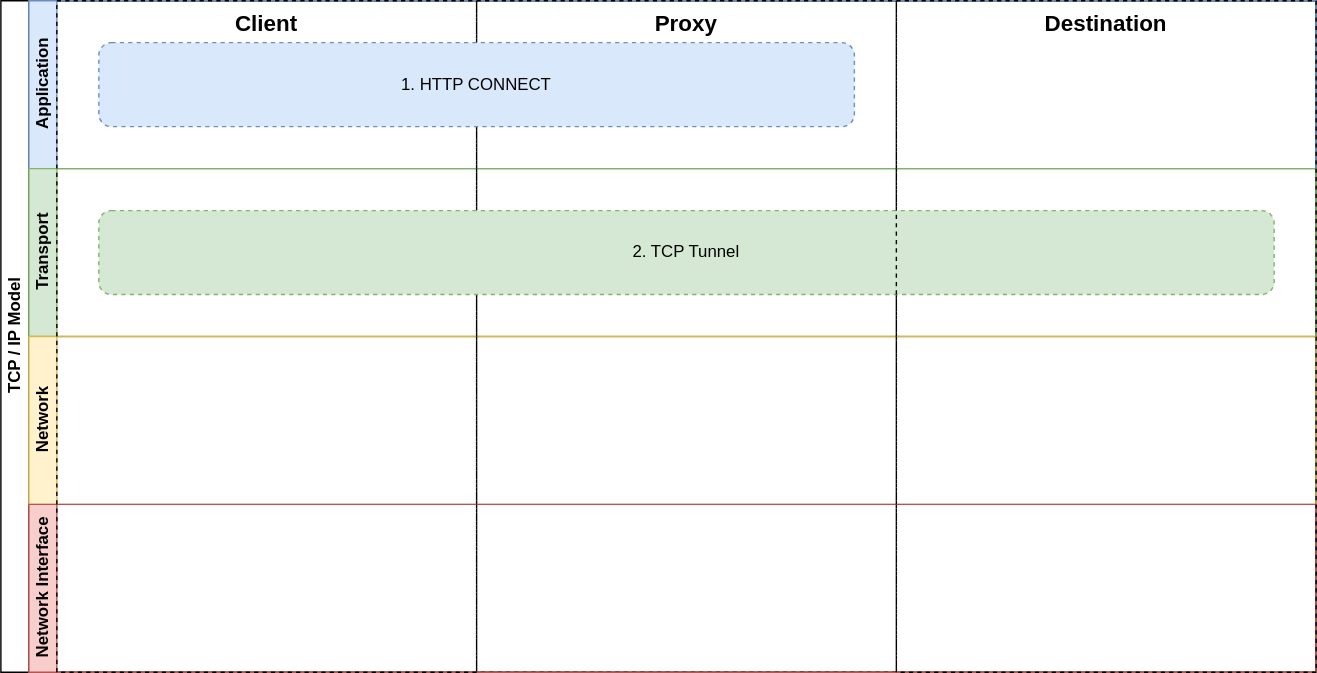
The draw.io diagram static/images/http-connect.drawio.svg in Cori1109/Cori1109.github.io, before a commit. Source tidied: cells renumbered, new cells last; positions are measured from the earlier drawing's top-left corner, leaving out a move shared by most shapes.
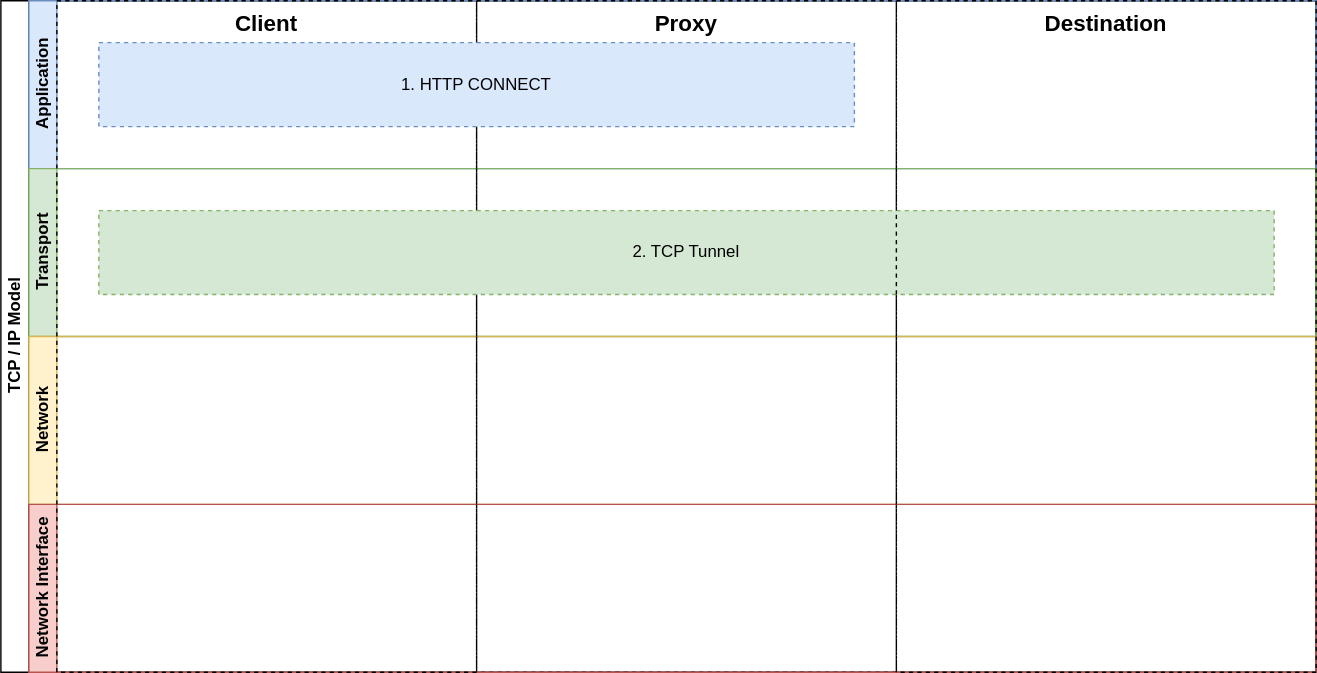
After the commit.

Commit message:
deploy: Sun 14 Feb 2021 15:49:09 AEDT

Change to the diagram source:
```diff
@@ -23,10 +23,10 @@
     <mxCell id="8" value="Client" style="rounded=0;whiteSpace=wrap;html=1;dashed=1;fillColor=none;fontStyle=1;fontSize=16;verticalAlign=top;" parent="1" vertex="1">
       <mxGeometry x="40" width="300" height="480" as="geometry" />
     </mxCell>
-    <mxCell id="9" value="1. HTTP CONNECT" style="rounded=1;whiteSpace=wrap;html=1;dashed=1;fillColor=#dae8fc;strokeColor=#6c8ebf;" parent="1" vertex="1">
+    <mxCell id="9" value="1. HTTP CONNECT" style="rounded=0;whiteSpace=wrap;html=1;dashed=1;fillColor=#dae8fc;strokeColor=#6c8ebf;" parent="1" vertex="1">
       <mxGeometry x="70" y="30" width="540" height="60" as="geometry" />
     </mxCell>
-    <mxCell id="10" value="2. TCP Tunnel" style="rounded=1;whiteSpace=wrap;html=1;dashed=1;fillColor=#d5e8d4;strokeColor=#82b366;align=center;" parent="1" vertex="1">
+    <mxCell id="10" value="2. TCP Tunnel" style="rounded=0;whiteSpace=wrap;html=1;dashed=1;fillColor=#d5e8d4;strokeColor=#82b366;align=center;" parent="1" vertex="1">
       <mxGeometry x="70" y="150" width="840" height="60" as="geometry" />
     </mxCell>
     <mxCell id="11" value="Destination" style="rounded=0;whiteSpace=wrap;html=1;dashed=1;fillColor=none;fontStyle=1;fontSize=16;verticalAlign=top;" parent="1" vertex="1">
```
